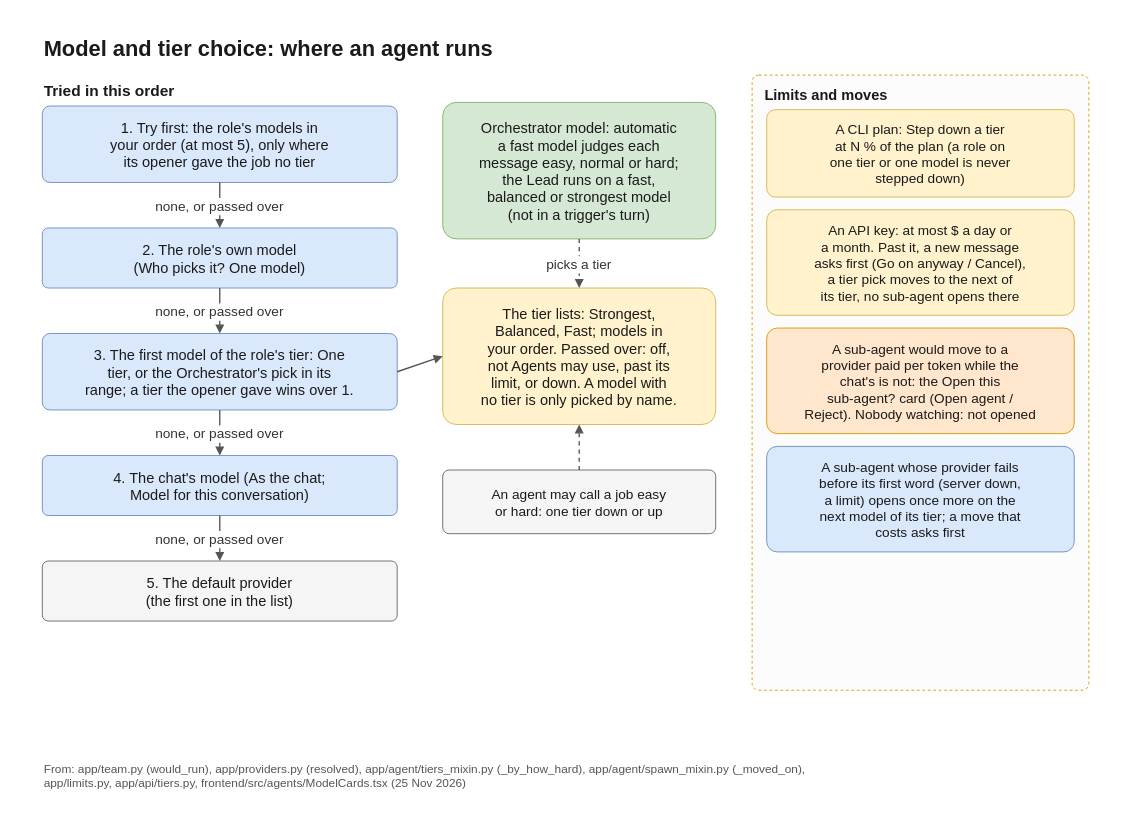
The draw.io diagram docs/diagrams/models.drawio in flyingriverhorse/Koloni, before the edit. Source tidied: cells renumbered, new cells numbered last; positions are measured from the earlier drawing's top-left corner, leaving out a move shared by most shapes. Both pictures are drawn from the tidied source at 91%, with x=0, y=0 at pixel (15, 15).
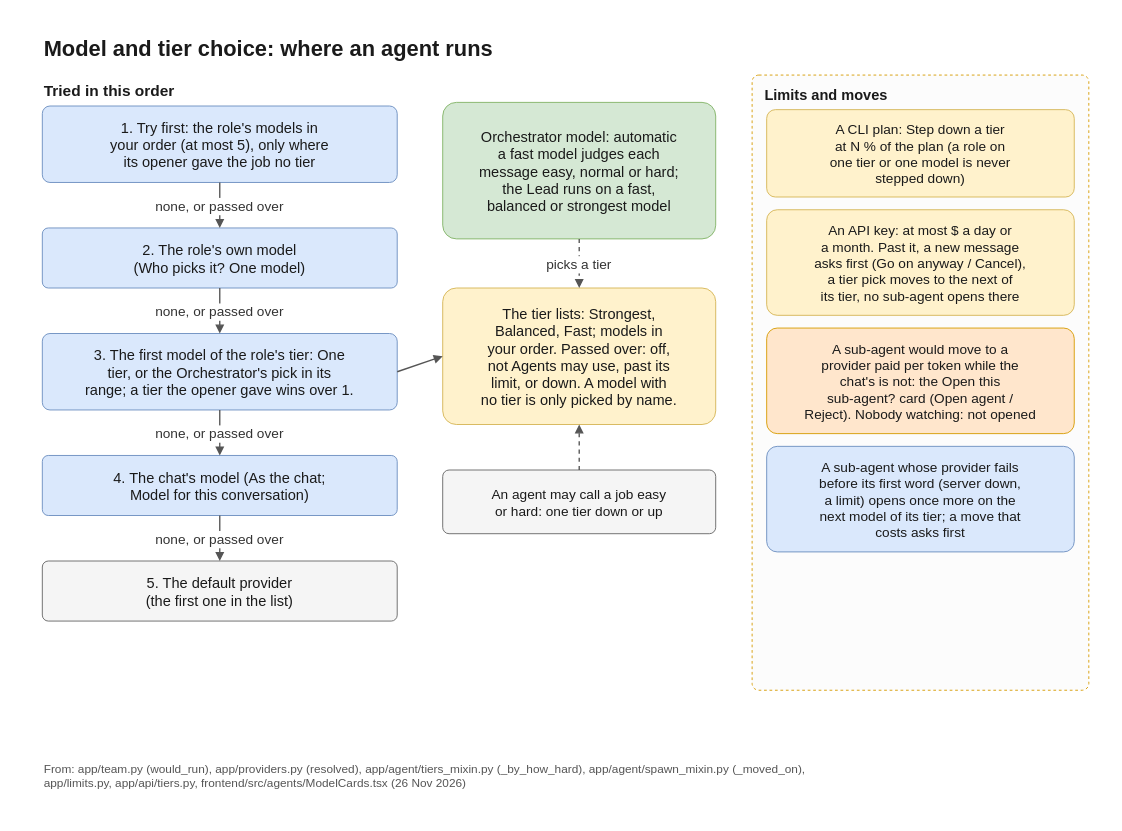
The same page after the edit.

Diff of the diagram source:
```diff
@@
-    <mxCell id="16" value="Orchestrator model: automatic&#10;a fast model judges each&#10;message easy, normal or hard;&#10;the Lead runs on a fast,&#10;balanced or strongest model&#10;(not in a trigger's turn)" style="rounded=1;arcSize=10;fillColor=#d5e8d4;strokeColor=#82b366;fontFamily=Helvetica;fontColor=#1a1a1a;fontSize=16;spacing=6;" parent="1" vertex="1">
+    <mxCell id="16" value="Orchestrator model: automatic&#10;a fast model judges each&#10;message easy, normal or hard;&#10;the Lead runs on a fast,&#10;balanced or strongest model" style="rounded=1;arcSize=10;fillColor=#d5e8d4;strokeColor=#82b366;fontFamily=Helvetica;fontColor=#1a1a1a;fontSize=16;spacing=6;" parent="1" vertex="1">
       <mxGeometry x="470" y="96" width="300" height="150" as="geometry" />
     </mxCell>
@@
-    <mxCell id="25" value="From: app/team.py (would_run), app/providers.py (resolved), app/agent/tiers_mixin.py (_by_how_hard), app/agent/spawn_mixin.py (_moved_on),&#10;app/limits.py, app/api/tiers.py, frontend/src/agents/ModelCards.tsx (25 Nov 2026)" style="text;strokeColor=none;fillColor=none;fontFamily=Helvetica;fontColor=#555555;fontSize=13;align=left;verticalAlign=top;" parent="1" vertex="1">
+    <mxCell id="25" value="From: app/team.py (would_run), app/providers.py (resolved), app/agent/tiers_mixin.py (_by_how_hard), app/agent/spawn_mixin.py (_moved_on),&#10;app/limits.py, app/api/tiers.py, frontend/src/agents/ModelCards.tsx (26 Nov 2026)" style="text;strokeColor=none;fillColor=none;fontFamily=Helvetica;fontColor=#555555;fontSize=13;align=left;verticalAlign=top;" parent="1" vertex="1">
       <mxGeometry x="30" y="814" width="1140" height="60" as="geometry" />
     </mxCell>
```
